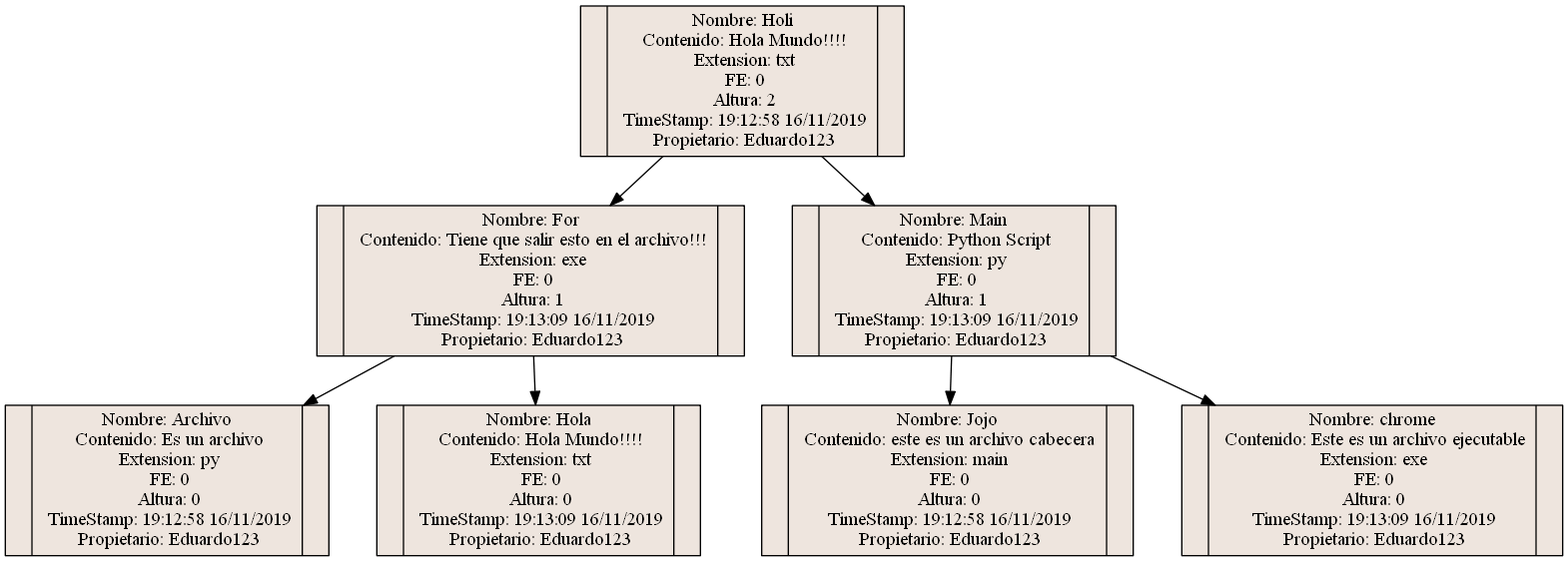
The Graphviz diagram Proyecto2/Avl.png in Eduardo01004/EDD_2S2019_PY2_201612124, before a commit. Its source is kept beside it as Proyecto2/Avl.dot.
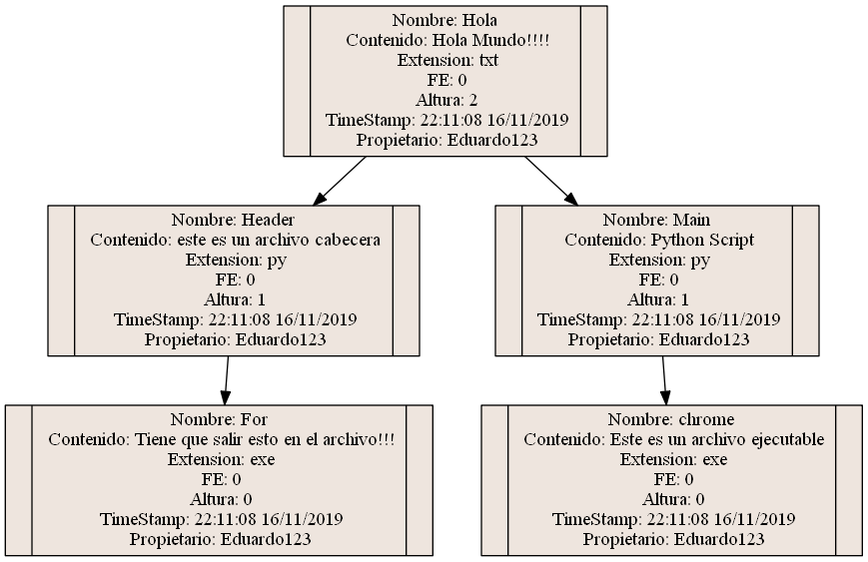
After the commit.

Change to the diagram source:
```diff
@@ -4,17 +4,13 @@
 
 node [shape=record, style=filled,fillcolor=seashell2,width=0.7,height=0.2];
 
-Archivo[label="<C0>|Nombre: Archivo&#92;n Contenido: Es un archivo&#92;n Extension: py&#92;n FE: 0&#92;n Altura: 0&#92;n TimeStamp: 19:12:58 16/11/2019&#92;n Propietario: Eduardo123|<C1>"];
-For[label="<C0>|Nombre: For&#92;n Contenido: Tiene que salir esto en el archivo!!!&#92;n Extension: exe&#92;n FE: 0&#92;n Altura: 1&#92;n TimeStamp: 19:13:09 16/11/2019&#92;n Propietario: Eduardo123|<C1>"];
-For->Hola
-For->Archivo
-Hola[label="<C0>|Nombre: Hola&#92;n Contenido: Hola Mundo!!!!&#92;n Extension: txt&#92;n FE: 0&#92;n Altura: 0&#92;n TimeStamp: 19:13:09 16/11/2019&#92;n Propietario: Eduardo123|<C1>"];
-Holi[label="<C0>|Nombre: Holi&#92;n Contenido: Hola Mundo!!!!&#92;n Extension: txt&#92;n FE: 0&#92;n Altura: 2&#92;n TimeStamp: 19:12:58 16/11/2019&#92;n Propietario: Eduardo123|<C1>"];
-Holi->Main
-Holi->For
-Jojo[label="<C0>|Nombre: Jojo&#92;n Contenido: este es un archivo cabecera&#92;n Extension: main&#92;n FE: 0&#92;n Altura: 0&#92;n TimeStamp: 19:12:58 16/11/2019&#92;n Propietario: Eduardo123|<C1>"];
-Main[label="<C0>|Nombre: Main&#92;n Contenido: Python Script&#92;n Extension: py&#92;n FE: 0&#92;n Altura: 1&#92;n TimeStamp: 19:13:09 16/11/2019&#92;n Propietario: Eduardo123|<C1>"];
+For[label="<C0>|Nombre: For&#92;n Contenido: Tiene que salir esto en el archivo!!!&#92;n Extension: exe&#92;n FE: 0&#92;n Altura: 0&#92;n TimeStamp: 22:11:08 16/11/2019&#92;n Propietario: Eduardo123|<C1>"];
+Header[label="<C0>|Nombre: Header&#92;n Contenido: este es un archivo cabecera&#92;n Extension: py&#92;n FE: 0&#92;n Altura: 1&#92;n TimeStamp: 22:11:08 16/11/2019&#92;n Propietario: Eduardo123|<C1>"];
+Header->For
+Hola[label="<C0>|Nombre: Hola&#92;n Contenido: Hola Mundo!!!!&#92;n Extension: txt&#92;n FE: 0&#92;n Altura: 2&#92;n TimeStamp: 22:11:08 16/11/2019&#92;n Propietario: Eduardo123|<C1>"];
+Hola->Main
+Hola->Header
+Main[label="<C0>|Nombre: Main&#92;n Contenido: Python Script&#92;n Extension: py&#92;n FE: 0&#92;n Altura: 1&#92;n TimeStamp: 22:11:08 16/11/2019&#92;n Propietario: Eduardo123|<C1>"];
 Main->chrome
-Main->Jojo
-chrome[label="<C0>|Nombre: chrome&#92;n Contenido: Este es un archivo ejecutable&#92;n Extension: exe&#92;n FE: 0&#92;n Altura: 0&#92;n TimeStamp: 19:13:09 16/11/2019&#92;n Propietario: Eduardo123|<C1>"];
+chrome[label="<C0>|Nombre: chrome&#92;n Contenido: Este es un archivo ejecutable&#92;n Extension: exe&#92;n FE: 0&#92;n Altura: 0&#92;n TimeStamp: 22:11:08 16/11/2019&#92;n Propietario: Eduardo123|<C1>"];
 }
```
